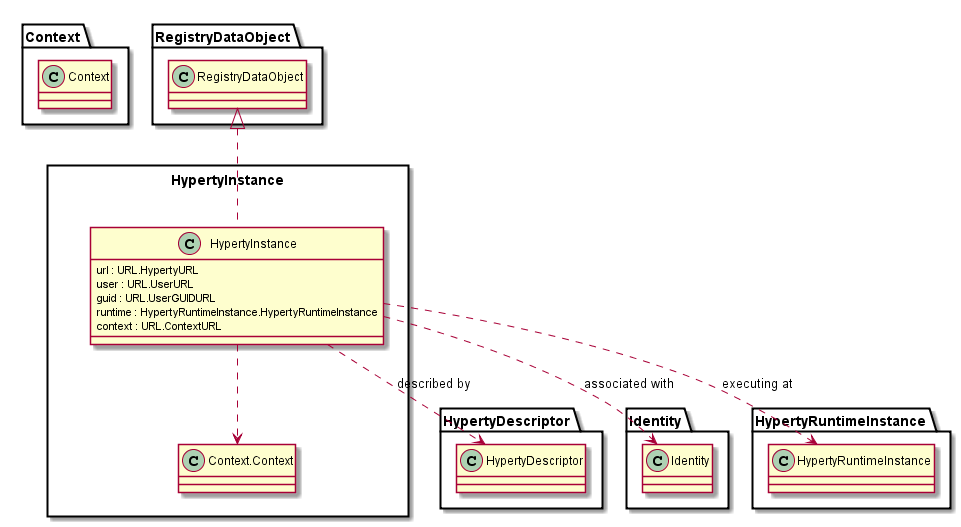
Before: docs/datamodel/Hyperty-Instance-Data-Object-Model.png, a diagram exported from PlantUML (reTHINK-project/dev-service-framework).
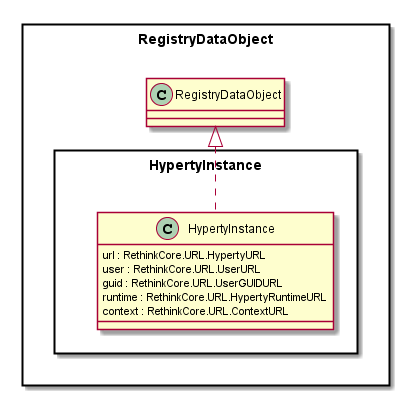
The same file after the commit.

What changed in the source:
```diff
@@ -1,28 +1,26 @@
 @startuml "Hyperty-Instance-Data-Object-Model.png"
 
-package Context {
-	class Context {
-	}
-}
+
+package RegistryDataObject <<Rect>> {
 
 package HypertyInstance <<Rect>> {
 
 
 	class HypertyInstance {
-		url : URL.HypertyURL
-		user : URL.UserURL
-		guid : URL.UserGUIDURL
-		runtime : HypertyRuntimeInstance.HypertyRuntimeInstance
-		context : URL.ContextURL
+		url : RethinkCore.URL.HypertyURL
+		user : RethinkCore.URL.UserURL
+		guid : RethinkCore.URL.UserGUIDURL
+		runtime : RethinkCore.URL.HypertyRuntimeURL
+		context : RethinkCore.URL.ContextURL
 	}
+
+}
+
 
 	HypertyInstance .up.|> RegistryDataObject.RegistryDataObject
 
-	HypertyInstance ..> HypertyDescriptor.HypertyDescriptor : described by
-	HypertyInstance ..> Identity.Identity : associated with
-	HypertyInstance ..> HypertyRuntimeInstance.HypertyRuntimeInstance : executing at
 
-	HypertyInstance ..> Context.Context
 }
 
+
 @enduml
```
